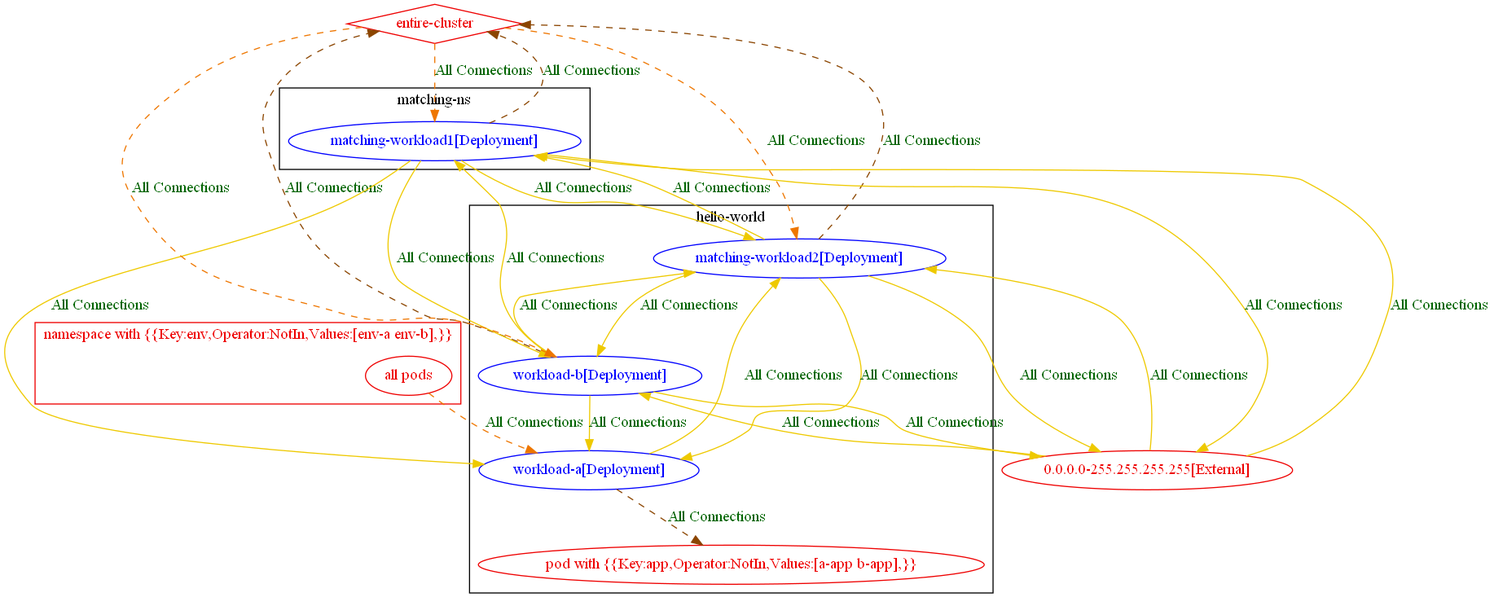
The Graphviz diagram test_outputs/connlist/exposure_test_with_match_expression_not_in_op_with_matching_pods_exposure_output.dot.png in np-guard/netpol-analyzer, before a commit. Its source is kept beside it as test_outputs/connlist/exposure_test_with_match_expression_not_in_op_with_matching_pods_exposure_output.dot.
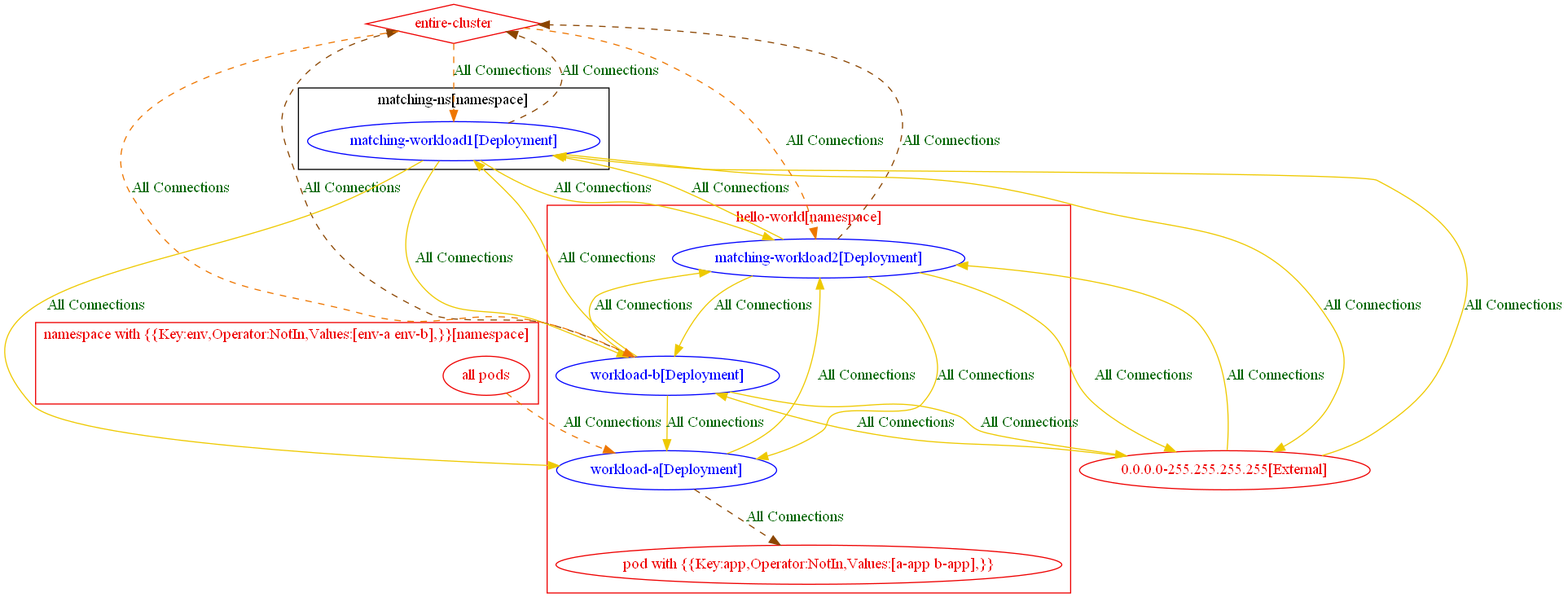
After the commit.

Diff of the diagram source:
```diff
@@ -1,24 +1,29 @@
 digraph {
-	subgraph "cluster_hello_world" {
+	subgraph "cluster_hello_world[namespace]" {
 		color="black"
 		fontcolor="black"
 		"hello-world/matching-workload2[Deployment]" [label="matching-workload2[Deployment]" color="blue" fontcolor="blue"]
 		"hello-world/workload-a[Deployment]" [label="workload-a[Deployment]" color="blue" fontcolor="blue"]
 		"hello-world/workload-b[Deployment]" [label="workload-b[Deployment]" color="blue" fontcolor="blue"]
-		"pod with {{Key:app,Operator:NotIn,Values:[a-app b-app],}}_in_hello-world" [label="pod with {{Key:app,Operator:NotIn,Values:[a-app b-app],}}" color="red2" fontcolor="red2"]
-		label="hello-world"
+		label="hello-world[namespace]"
 	}
-	subgraph "cluster_matching_ns" {
+	subgraph "cluster_matching_ns[namespace]" {
 		color="black"
 		fontcolor="black"
 		"matching-ns/matching-workload1[Deployment]" [label="matching-workload1[Deployment]" color="blue" fontcolor="blue"]
-		label="matching-ns"
+		label="matching-ns[namespace]"
 	}
-	subgraph "cluster_namespace with {{Key:env,Operator:NotIn,Values:[env_a env_b],}}" {
+	subgraph "cluster_hello_world[namespace]" {
+		color="red2"
+		fontcolor="red2"
+		"pod with {{Key:app,Operator:NotIn,Values:[a-app b-app],}}_in_hello-world" [label="pod with {{Key:app,Operator:NotIn,Values:[a-app b-app],}}" color="red2" fontcolor="red2"]
+		label="hello-world[namespace]"
+	}
+	subgraph "cluster_namespace with {{Key:env,Operator:NotIn,Values:[env_a env_b],}}[namespace]" {
 		color="red2"
 		fontcolor="red2"
 		"all pods_in_namespace with {{Key:env,Operator:NotIn,Values:[env-a env-b],}}" [label="all pods" color="red2" fontcolor="red2"]
-		label="namespace with {{Key:env,Operator:NotIn,Values:[env-a env-b],}}"
+		label="namespace with {{Key:env,Operator:NotIn,Values:[env-a env-b],}}[namespace]"
 	}
 	"0.0.0.0-255.255.255.255[External]" [label="0.0.0.0-255.255.255.255[External]" color="red2" fontcolor="red2"]
 	"entire-cluster" [label="entire-cluster" color="red2" fontcolor="red2" shape=diamond]
```
